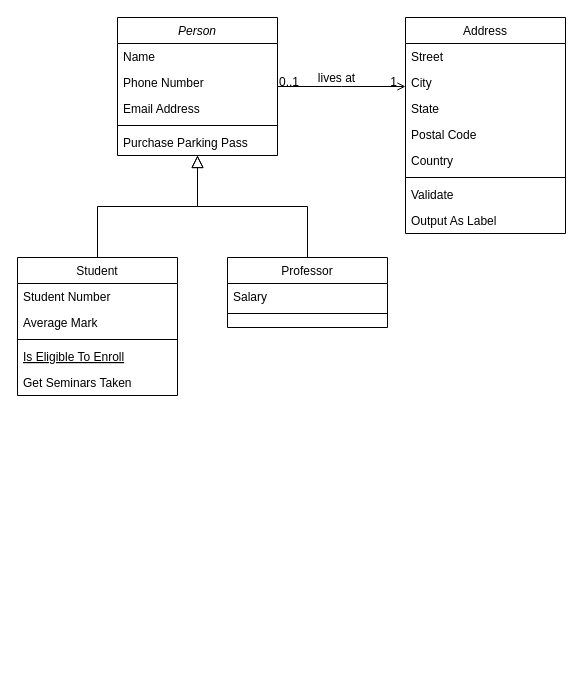
The draw.io diagram class-diagram-perpus-digital.drawio in Agnianjelita/Tefa, before the edit. Source tidied: cells renumbered, new cells numbered last; positions are measured from the earlier drawing's top-left corner, leaving out a move shared by most shapes. Both pictures are drawn from the tidied source at 100%, with x=0, y=0 at pixel (17, 17).
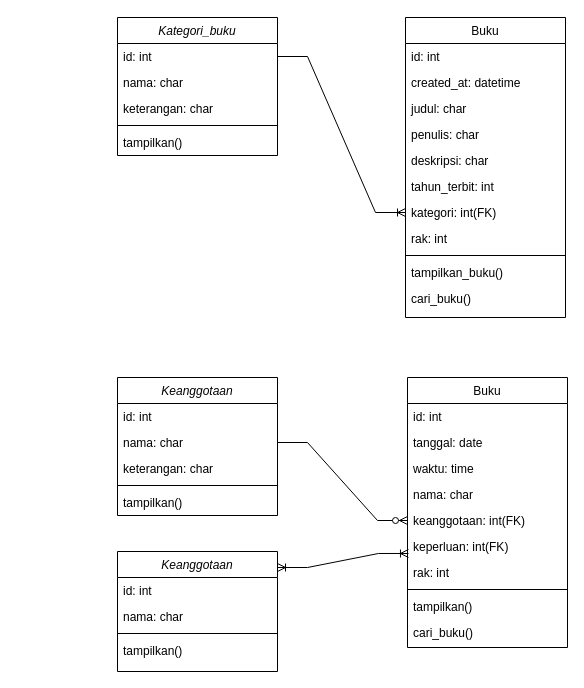
Above is the later version.

What changed in the source:
```diff
@@
-    <mxCell id="2" value="Person" style="swimlane;fontStyle=2;align=center;verticalAlign=top;horizontal=1;startSize=26;rounded=0;shadow=0;strokeWidth=1;" parent="1" vertex="1">
+    <mxCell id="2" value="Kategori_buku" style="swimlane;fontStyle=2;align=center;verticalAlign=top;horizontal=1;startSize=26;rounded=0;shadow=0;strokeWidth=1;" parent="1" vertex="1">
       <mxGeometry x="100" width="160" height="138" as="geometry" />
     </mxCell>
-    <mxCell id="3" value="Name" style="text;align=left;verticalAlign=top;spacingLeft=4;spacingRight=4;overflow=hidden;points=[[0,0.5],[1,0.5]];portConstraint=eastwest;" parent="2" vertex="1">
+    <mxCell id="3" value="id: int" style="text;align=left;verticalAlign=top;spacingLeft=4;spacingRight=4;overflow=hidden;points=[[0,0.5],[1,0.5]];portConstraint=eastwest;" parent="2" vertex="1">
       <mxGeometry y="26" width="160" height="26" as="geometry" />
     </mxCell>
-    <mxCell id="4" value="Phone Number" style="text;align=left;verticalAlign=top;spacingLeft=4;spacingRight=4;overflow=hidden;rounded=0;shadow=0;html=0;" parent="2" vertex="1">
+    <mxCell id="4" value="nama: char" style="text;align=left;verticalAlign=top;spacingLeft=4;spacingRight=4;overflow=hidden;rounded=0;shadow=0;html=0;" parent="2" vertex="1">
       <mxGeometry y="52" width="160" height="26" as="geometry" />
     </mxCell>
-    <mxCell id="5" value="Email Address" style="text;align=left;verticalAlign=top;spacingLeft=4;spacingRight=4;overflow=hidden;rounded=0;shadow=0;html=0;" parent="2" vertex="1">
+    <mxCell id="5" value="keterangan: char" style="text;align=left;verticalAlign=top;spacingLeft=4;spacingRight=4;overflow=hidden;rounded=0;shadow=0;html=0;" parent="2" vertex="1">
       <mxGeometry y="78" width="160" height="26" as="geometry" />
     </mxCell>
@@
-    <mxCell id="7" value="Purchase Parking Pass" style="text;align=left;verticalAlign=top;spacingLeft=4;spacingRight=4;overflow=hidden;" parent="2" vertex="1">
+    <mxCell id="7" value="tampilkan()" style="text;align=left;verticalAlign=top;spacingLeft=4;spacingRight=4;overflow=hidden;" parent="2" vertex="1">
       <mxGeometry y="112" width="160" height="26" as="geometry" />
     </mxCell>
-    <mxCell id="8" value="Student" style="swimlane;fontStyle=0;align=center;verticalAlign=top;horizontal=1;startSize=26;rounded=0;shadow=0;strokeWidth=1;" parent="1" vertex="1">
-      <mxGeometry y="240" width="160" height="138" as="geometry" />
-    </mxCell>
-    <mxCell id="9" value="Student Number" style="text;align=left;verticalAlign=top;spacingLeft=4;spacingRight=4;overflow=hidden;" parent="8" vertex="1">
-      <mxGeometry y="26" width="160" height="26" as="geometry" />
-    </mxCell>
-    <mxCell id="10" value="Average Mark" style="text;align=left;verticalAlign=top;spacingLeft=4;spacingRight=4;overflow=hidden;rounded=0;shadow=0;html=0;" parent="8" vertex="1">
-      <mxGeometry y="52" width="160" height="26" as="geometry" />
-    </mxCell>
-    <mxCell id="11" style="line;html=1;strokeWidth=1;align=left;verticalAlign=middle;spacingTop=-1;spacingLeft=3;spacingRight=3;labelPosition=right;" parent="8" vertex="1">
-      <mxGeometry y="78" width="160" height="8" as="geometry" />
-    </mxCell>
-    <mxCell id="12" value="Is Eligible To Enroll" style="text;align=left;verticalAlign=top;spacingLeft=4;spacingRight=4;overflow=hidden;fontStyle=4;" parent="8" vertex="1">
-      <mxGeometry y="86" width="160" height="26" as="geometry" />
-    </mxCell>
-    <mxCell id="13" value="Get Seminars Taken" style="text;align=left;verticalAlign=top;spacingLeft=4;spacingRight=4;overflow=hidden;" parent="8" vertex="1">
-      <mxGeometry y="112" width="160" height="26" as="geometry" />
-    </mxCell>
-    <mxCell id="14" style="endArrow=block;endSize=10;endFill=0;shadow=0;strokeWidth=1;rounded=0;edgeStyle=elbowEdgeStyle;elbow=vertical;" parent="1" edge="1" source="8" target="2">
-      <mxGeometry relative="1" as="geometry" />
-    </mxCell>
-    <mxCell id="15" value="Professor" style="swimlane;fontStyle=0;align=center;verticalAlign=top;horizontal=1;startSize=26;rounded=0;shadow=0;strokeWidth=1;" parent="1" vertex="1">
-      <mxGeometry x="210" y="240" width="160" height="70" as="geometry" />
-    </mxCell>
-    <mxCell id="16" value="Salary" style="text;align=left;verticalAlign=top;spacingLeft=4;spacingRight=4;overflow=hidden;" parent="15" vertex="1">
-      <mxGeometry y="26" width="160" height="26" as="geometry" />
-    </mxCell>
-    <mxCell id="17" style="line;html=1;strokeWidth=1;align=left;verticalAlign=middle;spacingTop=-1;spacingLeft=3;spacingRight=3;labelPosition=right;" parent="15" vertex="1">
-      <mxGeometry y="52" width="160" height="8" as="geometry" />
-    </mxCell>
-    <mxCell id="18" style="endArrow=block;endSize=10;endFill=0;shadow=0;strokeWidth=1;rounded=0;edgeStyle=elbowEdgeStyle;elbow=vertical;" parent="1" edge="1" source="15" target="2">
-      <mxGeometry relative="1" as="geometry" />
-    </mxCell>
-    <mxCell id="19" value="Address" style="swimlane;fontStyle=0;align=center;verticalAlign=top;horizontal=1;startSize=26;rounded=0;shadow=0;strokeWidth=1;" parent="1" vertex="1">
-      <mxGeometry x="388" width="160" height="216" as="geometry" />
+    <mxCell id="19" value="Buku" style="swimlane;fontStyle=0;align=center;verticalAlign=top;horizontal=1;startSize=26;rounded=0;shadow=0;strokeWidth=1;" parent="1" vertex="1">
+      <mxGeometry x="388" width="160" height="300" as="geometry" />
     </mxCell>
-    <mxCell id="20" value="Street" style="text;align=left;verticalAlign=top;spacingLeft=4;spacingRight=4;overflow=hidden;" parent="19" vertex="1">
+    <mxCell id="20" value="id: int" style="text;align=left;verticalAlign=top;spacingLeft=4;spacingRight=4;overflow=hidden;" parent="19" vertex="1">
       <mxGeometry y="26" width="160" height="26" as="geometry" />
     </mxCell>
-    <mxCell id="21" value="City" style="text;align=left;verticalAlign=top;spacingLeft=4;spacingRight=4;overflow=hidden;rounded=0;shadow=0;html=0;" parent="19" vertex="1">
+    <mxCell id="21" value="created_at: datetime" style="text;align=left;verticalAlign=top;spacingLeft=4;spacingRight=4;overflow=hidden;rounded=0;shadow=0;html=0;" parent="19" vertex="1">
       <mxGeometry y="52" width="160" height="26" as="geometry" />
     </mxCell>
-    <mxCell id="22" value="State" style="text;align=left;verticalAlign=top;spacingLeft=4;spacingRight=4;overflow=hidden;rounded=0;shadow=0;html=0;" parent="19" vertex="1">
+    <mxCell id="22" value="judul: char" style="text;align=left;verticalAlign=top;spacingLeft=4;spacingRight=4;overflow=hidden;rounded=0;shadow=0;html=0;" parent="19" vertex="1">
       <mxGeometry y="78" width="160" height="26" as="geometry" />
     </mxCell>
-    <mxCell id="23" value="Postal Code" style="text;align=left;verticalAlign=top;spacingLeft=4;spacingRight=4;overflow=hidden;rounded=0;shadow=0;html=0;" parent="19" vertex="1">
+    <mxCell id="23" value="penulis: char" style="text;align=left;verticalAlign=top;spacingLeft=4;spacingRight=4;overflow=hidden;rounded=0;shadow=0;html=0;" parent="19" vertex="1">
       <mxGeometry y="104" width="160" height="26" as="geometry" />
     </mxCell>
-    <mxCell id="24" value="Country" style="text;align=left;verticalAlign=top;spacingLeft=4;spacingRight=4;overflow=hidden;rounded=0;shadow=0;html=0;" parent="19" vertex="1">
+    <mxCell id="24" value="deskripsi: char" style="text;align=left;verticalAlign=top;spacingLeft=4;spacingRight=4;overflow=hidden;rounded=0;shadow=0;html=0;" parent="19" vertex="1">
       <mxGeometry y="130" width="160" height="26" as="geometry" />
     </mxCell>
+    <mxCell id="32" value="tahun_terbit: int" style="text;align=left;verticalAlign=top;spacingLeft=4;spacingRight=4;overflow=hidden;rounded=0;shadow=0;html=0;" parent="19" vertex="1">
+      <mxGeometry y="156" width="160" height="26" as="geometry" />
+    </mxCell>
+    <mxCell id="33" value="kategori: int(FK)" style="text;align=left;verticalAlign=top;spacingLeft=4;spacingRight=4;overflow=hidden;points=[[0,0.5],[1,0.5]];portConstraint=eastwest;rounded=0;shadow=0;html=0;" parent="19" vertex="1">
+      <mxGeometry y="182" width="160" height="26" as="geometry" />
+    </mxCell>
+    <mxCell id="34" value="rak: int" style="text;align=left;verticalAlign=top;spacingLeft=4;spacingRight=4;overflow=hidden;rounded=0;shadow=0;html=0;" parent="19" vertex="1">
+      <mxGeometry y="208" width="160" height="26" as="geometry" />
+    </mxCell>
     <mxCell id="25" style="line;html=1;strokeWidth=1;align=left;verticalAlign=middle;spacingTop=-1;spacingLeft=3;spacingRight=3;labelPosition=right;" parent="19" vertex="1">
-      <mxGeometry y="156" width="160" height="8" as="geometry" />
+      <mxGeometry y="234" width="160" height="8" as="geometry" />
     </mxCell>
-    <mxCell id="26" value="Validate" style="text;align=left;verticalAlign=top;spacingLeft=4;spacingRight=4;overflow=hidden;" parent="19" vertex="1">
-      <mxGeometry y="164" width="160" height="26" as="geometry" />
+    <mxCell id="26" value="tampilkan_buku()" style="text;align=left;verticalAlign=top;spacingLeft=4;spacingRight=4;overflow=hidden;" parent="19" vertex="1">
+      <mxGeometry y="242" width="160" height="26" as="geometry" />
     </mxCell>
-    <mxCell id="27" value="Output As Label" style="text;align=left;verticalAlign=top;spacingLeft=4;spacingRight=4;overflow=hidden;" parent="19" vertex="1">
-      <mxGeometry y="190" width="160" height="26" as="geometry" />
+    <mxCell id="27" value="cari_buku()" style="text;align=left;verticalAlign=top;spacingLeft=4;spacingRight=4;overflow=hidden;" parent="19" vertex="1">
+      <mxGeometry y="268" width="160" height="26" as="geometry" />
     </mxCell>
-    <mxCell id="28" style="endArrow=open;shadow=0;strokeWidth=1;rounded=0;endFill=1;edgeStyle=elbowEdgeStyle;elbow=vertical;" parent="1" edge="1" source="2" target="19">
-      <mxGeometry x="0.5" y="41" relative="1" as="geometry">
-        <mxPoint x="-40" y="32" as="offset" />
-      </mxGeometry>
-    </mxCell>
-    <mxCell id="29" value="0..1" style="align=left;verticalAlign=bottom;labelBackgroundColor=none;fontSize=12;" parent="28" vertex="1">
-      <mxGeometry x="-1" relative="1" as="geometry">
-        <mxPoint y="4" as="offset" />
-      </mxGeometry>
-    </mxCell>
-    <mxCell id="30" value="1" style="align=right;verticalAlign=bottom;labelBackgroundColor=none;fontSize=12;" parent="28" vertex="1">
-      <mxGeometry x="1" relative="1" as="geometry">
-        <mxPoint x="-7" y="4" as="offset" />
-      </mxGeometry>
-    </mxCell>
-    <mxCell id="31" value="lives at" style="text;html=1;align=center;verticalAlign=middle;labelBackgroundColor=none;rounded=0;shadow=0;strokeWidth=1;fontSize=12;" parent="28" vertex="1">
-      <mxGeometry x="0.5" y="49" relative="1" as="geometry">
-        <mxPoint x="-38" y="40" as="offset" />
-      </mxGeometry>
-    </mxCell>
+    <mxCell id="35" style="edgeStyle=entityRelationEdgeStyle;fontSize=12;html=1;endArrow=ERoneToMany;rounded=0;entryX=0;entryY=0.5;entryDx=0;entryDy=0;" parent="1" edge="1" source="3" target="33">
+      <mxGeometry relative="1" as="geometry" />
+    </mxCell>
+    <mxCell id="36" value="Keanggotaan" style="swimlane;fontStyle=2;align=center;verticalAlign=top;horizontal=1;startSize=26;rounded=0;shadow=0;strokeWidth=1;" parent="1" vertex="1">
+      <mxGeometry x="100" y="360" width="160" height="138" as="geometry" />
+    </mxCell>
+    <mxCell id="37" value="id: int" style="text;align=left;verticalAlign=top;spacingLeft=4;spacingRight=4;overflow=hidden;" parent="36" vertex="1">
+      <mxGeometry y="26" width="160" height="26" as="geometry" />
+    </mxCell>
+    <mxCell id="38" value="nama: char" style="text;align=left;verticalAlign=top;spacingLeft=4;spacingRight=4;overflow=hidden;points=[[0,0.5],[1,0.5]];portConstraint=eastwest;rounded=0;shadow=0;html=0;" parent="36" vertex="1">
+      <mxGeometry y="52" width="160" height="26" as="geometry" />
+    </mxCell>
+    <mxCell id="39" value="keterangan: char" style="text;align=left;verticalAlign=top;spacingLeft=4;spacingRight=4;overflow=hidden;rounded=0;shadow=0;html=0;" parent="36" vertex="1">
+      <mxGeometry y="78" width="160" height="26" as="geometry" />
+    </mxCell>
+    <mxCell id="40" style="line;html=1;strokeWidth=1;align=left;verticalAlign=middle;spacingTop=-1;spacingLeft=3;spacingRight=3;labelPosition=right;" parent="36" vertex="1">
+      <mxGeometry y="104" width="160" height="8" as="geometry" />
+    </mxCell>
+    <mxCell id="41" value="tampilkan()" style="text;align=left;verticalAlign=top;spacingLeft=4;spacingRight=4;overflow=hidden;" parent="36" vertex="1">
+      <mxGeometry y="112" width="160" height="26" as="geometry" />
+    </mxCell>
+    <mxCell id="42" value="Buku" style="swimlane;fontStyle=0;align=center;verticalAlign=top;horizontal=1;startSize=26;rounded=0;shadow=0;strokeWidth=1;" parent="1" vertex="1">
+      <mxGeometry x="390" y="360" width="160" height="270" as="geometry" />
+    </mxCell>
+    <mxCell id="43" value="id: int" style="text;align=left;verticalAlign=top;spacingLeft=4;spacingRight=4;overflow=hidden;" parent="42" vertex="1">
+      <mxGeometry y="26" width="160" height="26" as="geometry" />
+    </mxCell>
+    <mxCell id="44" value="tanggal: date" style="text;align=left;verticalAlign=top;spacingLeft=4;spacingRight=4;overflow=hidden;rounded=0;shadow=0;html=0;" parent="42" vertex="1">
+      <mxGeometry y="52" width="160" height="26" as="geometry" />
+    </mxCell>
+    <mxCell id="45" value="waktu: time" style="text;align=left;verticalAlign=top;spacingLeft=4;spacingRight=4;overflow=hidden;rounded=0;shadow=0;html=0;" parent="42" vertex="1">
+      <mxGeometry y="78" width="160" height="26" as="geometry" />
+    </mxCell>
+    <mxCell id="46" value="nama: char" style="text;align=left;verticalAlign=top;spacingLeft=4;spacingRight=4;overflow=hidden;rounded=0;shadow=0;html=0;" parent="42" vertex="1">
+      <mxGeometry y="104" width="160" height="26" as="geometry" />
+    </mxCell>
+    <mxCell id="47" value="keanggotaan: int(FK)" style="text;align=left;verticalAlign=top;spacingLeft=4;spacingRight=4;overflow=hidden;points=[[0,0.5],[1,0.5]];portConstraint=eastwest;rounded=0;shadow=0;html=0;" parent="42" vertex="1">
+      <mxGeometry y="130" width="160" height="26" as="geometry" />
+    </mxCell>
+    <mxCell id="48" value="keperluan: int(FK)" style="text;align=left;verticalAlign=top;spacingLeft=4;spacingRight=4;overflow=hidden;points=[[0,0.5],[1,0.5]];portConstraint=eastwest;rounded=0;shadow=0;html=0;" parent="42" vertex="1">
+      <mxGeometry y="156" width="160" height="26" as="geometry" />
+    </mxCell>
+    <mxCell id="49" value="rak: int" style="text;align=left;verticalAlign=top;spacingLeft=4;spacingRight=4;overflow=hidden;rounded=0;shadow=0;html=0;" parent="42" vertex="1">
+      <mxGeometry y="182" width="160" height="26" as="geometry" />
+    </mxCell>
+    <mxCell id="50" style="line;html=1;strokeWidth=1;align=left;verticalAlign=middle;spacingTop=-1;spacingLeft=3;spacingRight=3;labelPosition=right;" parent="42" vertex="1">
+      <mxGeometry y="208" width="160" height="8" as="geometry" />
+    </mxCell>
+    <mxCell id="51" value="tampilkan()" style="text;align=left;verticalAlign=top;spacingLeft=4;spacingRight=4;overflow=hidden;" parent="42" vertex="1">
+      <mxGeometry y="216" width="160" height="26" as="geometry" />
+    </mxCell>
+    <mxCell id="52" value="cari_buku()" style="text;align=left;verticalAlign=top;spacingLeft=4;spacingRight=4;overflow=hidden;" parent="42" vertex="1">
+      <mxGeometry y="242" width="160" height="26" as="geometry" />
+    </mxCell>
+    <mxCell id="53" style="edgeStyle=entityRelationEdgeStyle;fontSize=12;html=1;endArrow=ERzeroToMany;endFill=1;rounded=0;entryX=0;entryY=0.5;entryDx=0;entryDy=0;exitX=1;exitY=0.5;exitDx=0;exitDy=0;" parent="1" edge="1" source="38" target="47">
+      <mxGeometry relative="1" as="geometry" />
+    </mxCell>
+    <mxCell id="54" value="Keanggotaan" style="swimlane;fontStyle=2;align=center;verticalAlign=top;horizontal=1;startSize=26;rounded=0;shadow=0;strokeWidth=1;" parent="1" vertex="1">
+      <mxGeometry x="100" y="534" width="160" height="120" as="geometry" />
+    </mxCell>
+    <mxCell id="55" value="id: int" style="text;align=left;verticalAlign=top;spacingLeft=4;spacingRight=4;overflow=hidden;" parent="54" vertex="1">
+      <mxGeometry y="26" width="160" height="26" as="geometry" />
+    </mxCell>
+    <mxCell id="56" value="nama: char" style="text;align=left;verticalAlign=top;spacingLeft=4;spacingRight=4;overflow=hidden;rounded=0;shadow=0;html=0;" parent="54" vertex="1">
+      <mxGeometry y="52" width="160" height="26" as="geometry" />
+    </mxCell>
+    <mxCell id="11" style="line;html=1;strokeWidth=1;align=left;verticalAlign=middle;spacingTop=-1;spacingLeft=3;spacingRight=3;labelPosition=right;" parent="54" vertex="1">
+      <mxGeometry y="78" width="160" height="8" as="geometry" />
+    </mxCell>
+    <mxCell id="57" value="tampilkan()" style="text;align=left;verticalAlign=top;spacingLeft=4;spacingRight=4;overflow=hidden;" parent="54" vertex="1">
+      <mxGeometry y="86" width="160" height="26" as="geometry" />
+    </mxCell>
+    <mxCell id="58" style="edgeStyle=entityRelationEdgeStyle;fontSize=12;html=1;endArrow=ERoneToMany;startArrow=ERoneToMany;rounded=0;entryX=0.006;entryY=0.769;entryDx=0;entryDy=0;entryPerimeter=0;" parent="1" edge="1" target="48">
+      <mxGeometry relative="1" as="geometry">
+        <mxPoint x="260" y="550" as="sourcePoint" />
+        <Array as="points">
+          <mxPoint x="290" y="610" />
+        </Array>
+      </mxGeometry>
+    </mxCell>
```
